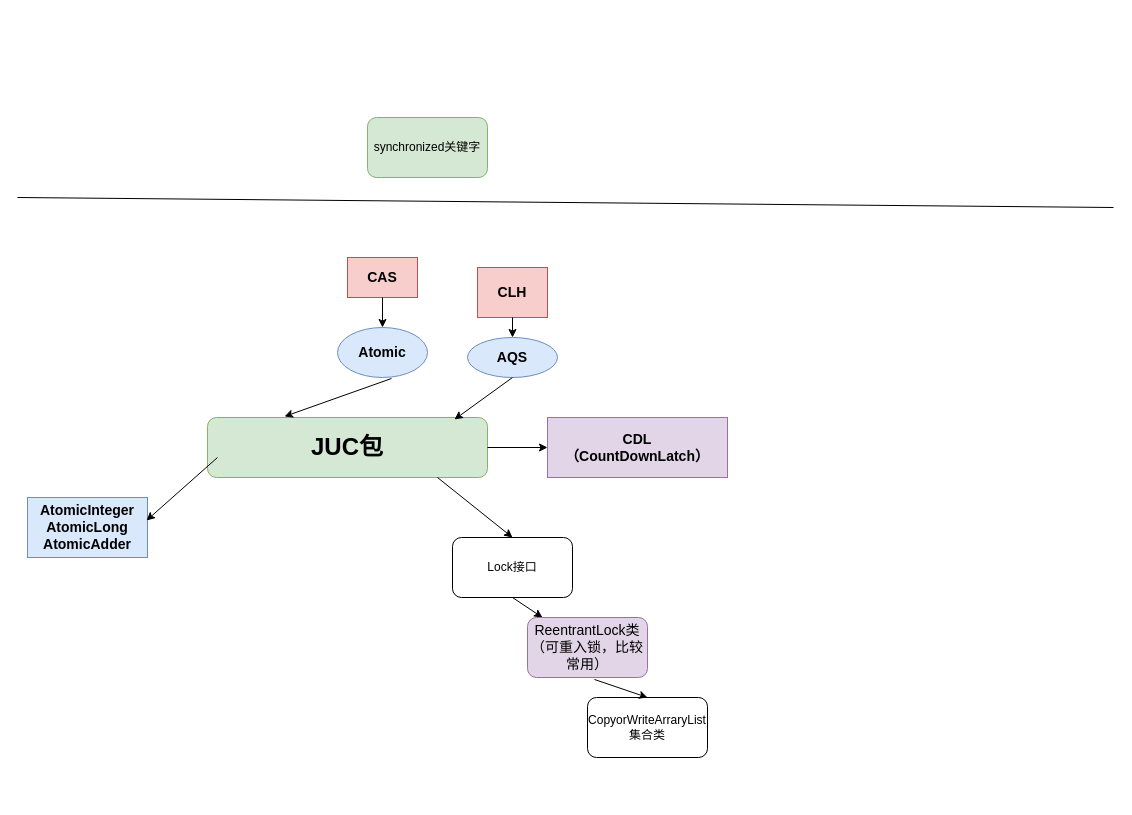
Above: java并发.drawio in gitofding/first_repository (draw.io), before the change. Source tidied: cells renumbered, new cells numbered last; positions are measured from the earlier drawing's top-left corner, leaving out a move shared by most shapes. Both pictures are drawn from the tidied source at 100%, with x=0, y=0 at pixel (17, 117).
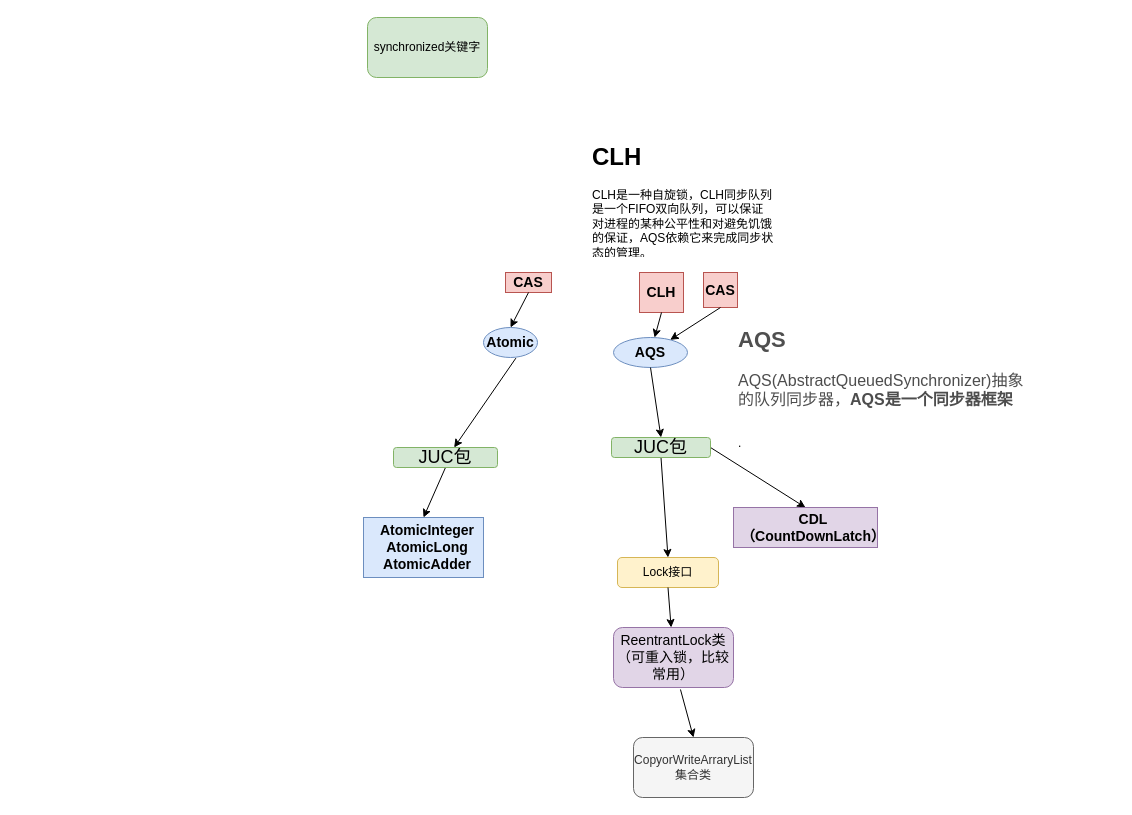
The same diagram, later.

The edit, as a diff of the source:
```diff
@@
-    <mxCell id="2" value="&lt;b&gt;&lt;font style=&quot;font-size: 24px&quot;&gt;JUC包&lt;/font&gt;&lt;/b&gt;" style="rounded=1;whiteSpace=wrap;html=1;fillColor=#d5e8d4;strokeColor=#82b366;" parent="1" vertex="1">
-      <mxGeometry x="190" y="300" width="280" height="60" as="geometry" />
-    </mxCell>
-    <mxCell id="3" value="Lock接口" style="rounded=1;whiteSpace=wrap;html=1;" parent="1" vertex="1">
-      <mxGeometry x="435" y="420" width="120" height="60" as="geometry" />
+    <mxCell id="3" value="Lock接口" style="rounded=1;whiteSpace=wrap;html=1;fillColor=#fff2cc;strokeColor=#d6b656;" parent="1" vertex="1">
+      <mxGeometry x="600" y="440" width="101" height="30" as="geometry" />
     </mxCell>
-    <mxCell id="4" style="endArrow=classic;html=1;entryX=0.5;entryY=0;entryDx=0;entryDy=0;" parent="1" edge="1" target="3">
-      <mxGeometry relative="1" as="geometry">
-        <mxPoint x="420" y="360" as="sourcePoint" />
-      </mxGeometry>
+    <mxCell id="4" style="endArrow=classic;html=1;entryX=0.5;entryY=0;entryDx=0;entryDy=0;exitX=0.5;exitY=1;exitDx=0;exitDy=0;" parent="1" edge="1" source="26" target="3">
+      <mxGeometry relative="1" as="geometry" />
     </mxCell>
-    <mxCell id="5" value="CopyorWriteArraryList集合类" style="rounded=1;whiteSpace=wrap;html=1;" parent="1" vertex="1">
-      <mxGeometry x="570" y="580" width="120" height="60" as="geometry" />
+    <mxCell id="5" value="CopyorWriteArraryList集合类" style="rounded=1;whiteSpace=wrap;html=1;fillColor=#f5f5f5;strokeColor=#666666;fontColor=#333333;" parent="1" vertex="1">
+      <mxGeometry x="616" y="620" width="120" height="60" as="geometry" />
     </mxCell>
@@
     <mxCell id="7" value="synchronized关键字" style="rounded=1;whiteSpace=wrap;html=1;fillColor=#d5e8d4;strokeColor=#82b366;" parent="1" vertex="1">
-      <mxGeometry x="350" width="120" height="60" as="geometry" />
+      <mxGeometry x="350" y="-100" width="120" height="60" as="geometry" />
     </mxCell>
@@
     <mxCell id="9" value="&lt;font style=&quot;font-size: 14px&quot;&gt;ReentrantLock类（可重入锁，比较常用）&lt;/font&gt;" style="rounded=1;whiteSpace=wrap;html=1;fillColor=#e1d5e7;strokeColor=#9673a6;" parent="1" vertex="1">
-      <mxGeometry x="510" y="500" width="120" height="60" as="geometry" />
+      <mxGeometry x="596" y="510" width="120" height="60" as="geometry" />
     </mxCell>
-    <mxCell id="10" style="endArrow=none;html=1;" parent="1" edge="1">
-      <mxGeometry relative="1" as="geometry">
-        <mxPoint y="80" as="sourcePoint" />
-        <mxPoint x="1096" y="90" as="targetPoint" />
-      </mxGeometry>
-    </mxCell>
     <mxCell id="11" value="&lt;font style=&quot;font-size: 14px&quot;&gt;&lt;b&gt;Atomic&lt;/b&gt;&lt;/font&gt;" style="ellipse;whiteSpace=wrap;html=1;fillColor=#dae8fc;strokeColor=#6c8ebf;" parent="1" vertex="1">
-      <mxGeometry x="320" y="210" width="90" height="50" as="geometry" />
+      <mxGeometry x="466" y="210" width="54" height="30" as="geometry" />
     </mxCell>
     <mxCell id="12" value="&lt;font style=&quot;font-size: 14px&quot;&gt;&lt;b&gt;AQS&lt;/b&gt;&lt;/font&gt;" style="ellipse;whiteSpace=wrap;html=1;fillColor=#dae8fc;strokeColor=#6c8ebf;" parent="1" vertex="1">
-      <mxGeometry x="450" y="220" width="90" height="40" as="geometry" />
+      <mxGeometry x="596" y="220" width="74" height="30" as="geometry" />
     </mxCell>
     <mxCell id="13" value="&lt;font style=&quot;font-size: 14px&quot;&gt;&lt;b&gt;CAS&lt;/b&gt;&lt;/font&gt;" style="rounded=0;whiteSpace=wrap;html=1;fillColor=#f8cecc;strokeColor=#b85450;" parent="1" vertex="1">
-      <mxGeometry x="330" y="140" width="70" height="40" as="geometry" />
+      <mxGeometry x="488" y="155" width="46" height="20" as="geometry" />
     </mxCell>
     <mxCell id="14" value="&lt;font style=&quot;font-size: 14px&quot;&gt;&lt;b&gt;CLH&lt;/b&gt;&lt;/font&gt;" style="rounded=0;whiteSpace=wrap;html=1;fillColor=#f8cecc;strokeColor=#b85450;" parent="1" vertex="1">
-      <mxGeometry x="460" y="150" width="70" height="50" as="geometry" />
+      <mxGeometry x="622" y="155" width="44" height="40" as="geometry" />
     </mxCell>
@@
-    <mxCell id="17" style="endArrow=classic;html=1;exitX=0.6;exitY=1.02;exitDx=0;exitDy=0;exitPerimeter=0;entryX=0.275;entryY=-0.017;entryDx=0;entryDy=0;entryPerimeter=0;" parent="1" edge="1" source="11" target="2">
+    <mxCell id="17" style="endArrow=classic;html=1;exitX=0.6;exitY=1.02;exitDx=0;exitDy=0;exitPerimeter=0;entryX=0.583;entryY=0;entryDx=0;entryDy=0;entryPerimeter=0;" parent="1" edge="1" source="11" target="25">
       <mxGeometry relative="1" as="geometry" />
     </mxCell>
-    <mxCell id="18" style="endArrow=classic;html=1;exitX=0.5;exitY=1;exitDx=0;exitDy=0;entryX=0.882;entryY=0.033;entryDx=0;entryDy=0;entryPerimeter=0;" parent="1" edge="1" source="12" target="2">
+    <mxCell id="18" style="endArrow=classic;html=1;exitX=0.5;exitY=1;exitDx=0;exitDy=0;entryX=0.5;entryY=0;entryDx=0;entryDy=0;" parent="1" edge="1" source="12" target="26">
       <mxGeometry relative="1" as="geometry" />
     </mxCell>
-    <mxCell id="19" style="endArrow=classic;html=1;exitX=1;exitY=0.5;exitDx=0;exitDy=0;" parent="1" edge="1" source="2" target="20">
+    <mxCell id="19" style="endArrow=classic;html=1;exitX=1;exitY=0.5;exitDx=0;exitDy=0;entryX=0.5;entryY=0;entryDx=0;entryDy=0;" parent="1" edge="1" source="26" target="20">
       <mxGeometry relative="1" as="geometry" />
     </mxCell>
     <mxCell id="20" style="rounded=0;whiteSpace=wrap;html=1;fillColor=#e1d5e7;strokeColor=#9673a6;" parent="1" vertex="1">
-      <mxGeometry x="530" y="300" width="180" height="60" as="geometry" />
+      <mxGeometry x="716" y="390" width="144" height="40" as="geometry" />
     </mxCell>
     <mxCell id="21" value="&lt;font style=&quot;font-size: 14px&quot;&gt;&lt;b&gt;CDL（CountDownLatch）&lt;/b&gt;&lt;/font&gt;" style="text;html=1;strokeColor=none;fillColor=none;align=center;verticalAlign=middle;whiteSpace=wrap;rounded=0;" parent="1" vertex="1">
-      <mxGeometry x="560" y="320" width="120" height="20" as="geometry" />
+      <mxGeometry x="736" y="400" width="120" height="20" as="geometry" />
     </mxCell>
     <mxCell id="22" style="rounded=0;whiteSpace=wrap;html=1;fillColor=#dae8fc;strokeColor=#6c8ebf;" parent="1" vertex="1">
-      <mxGeometry x="10" y="380" width="120" height="60" as="geometry" />
+      <mxGeometry x="346" y="400" width="120" height="60" as="geometry" />
     </mxCell>
     <mxCell id="23" value="&lt;b style=&quot;font-size: 14px&quot;&gt;AtomicInteger&lt;br&gt;AtomicLong&lt;br&gt;AtomicAdder&lt;/b&gt;" style="text;html=1;strokeColor=none;fillColor=none;align=center;verticalAlign=middle;whiteSpace=wrap;rounded=0;" parent="1" vertex="1">
-      <mxGeometry x="50" y="400" width="40" height="20" as="geometry" />
+      <mxGeometry x="390" y="420" width="40" height="20" as="geometry" />
     </mxCell>
-    <mxCell id="24" style="endArrow=classic;html=1;entryX=0.992;entryY=0.383;entryDx=0;entryDy=0;entryPerimeter=0;" parent="1" edge="1" target="22">
-      <mxGeometry relative="1" as="geometry">
-        <mxPoint x="200" y="340" as="sourcePoint" />
-      </mxGeometry>
+    <mxCell id="24" style="endArrow=classic;html=1;entryX=0.5;entryY=0;entryDx=0;entryDy=0;exitX=0.5;exitY=1;exitDx=0;exitDy=0;" parent="1" edge="1" source="25" target="22">
+      <mxGeometry relative="1" as="geometry" />
     </mxCell>
+    <mxCell id="25" value="&lt;font style=&quot;font-size: 18px&quot;&gt;JUC包&lt;/font&gt;" style="rounded=1;whiteSpace=wrap;html=1;fillColor=#d5e8d4;strokeColor=#82b366;" parent="1" vertex="1">
+      <mxGeometry x="376" y="330" width="104" height="20" as="geometry" />
+    </mxCell>
+    <mxCell id="26" value="&lt;span style=&quot;font-size: 18px&quot;&gt;JUC包&lt;/span&gt;" style="rounded=1;whiteSpace=wrap;html=1;fillColor=#d5e8d4;strokeColor=#82b366;" parent="1" vertex="1">
+      <mxGeometry x="594" y="320" width="99" height="20" as="geometry" />
+    </mxCell>
+    <mxCell id="27" value="&lt;font style=&quot;font-size: 14px&quot;&gt;&lt;b&gt;CAS&lt;/b&gt;&lt;/font&gt;" style="rounded=0;whiteSpace=wrap;html=1;fillColor=#f8cecc;strokeColor=#b85450;" parent="1" vertex="1">
+      <mxGeometry x="686" y="155" width="34" height="35" as="geometry" />
+    </mxCell>
+    <mxCell id="28" style="endArrow=classic;html=1;exitX=0.5;exitY=1;exitDx=0;exitDy=0;" parent="1" edge="1" source="27" target="12">
+      <mxGeometry relative="1" as="geometry" />
+    </mxCell>
+    <mxCell id="29" value="&lt;h1&gt;CLH&lt;/h1&gt;&lt;p&gt;CLH是一种自旋锁，CLH同步队列是一个FIFO双向队列，可以保证对进程的某种公平性和对避免饥饿的保证，AQS依赖它来完成同步状态的管理。&lt;/p&gt;" style="text;html=1;strokeColor=none;fillColor=none;spacing=5;spacingTop=-20;whiteSpace=wrap;overflow=hidden;rounded=0;" parent="1" vertex="1">
+      <mxGeometry x="570" y="20" width="190" height="120" as="geometry" />
+    </mxCell>
+    <mxCell id="30" value="&lt;h2 style=&quot;box-sizing: border-box ; outline: 0px ; margin: 8px 0px 16px ; padding: 0px ; font-family: &amp;#34;pingfang sc&amp;#34; , &amp;#34;microsoft yahei&amp;#34; , &amp;#34;simhei&amp;#34; , &amp;#34;arial&amp;#34; , &amp;#34;simsun&amp;#34; ; font-size: 22px ; color: rgb(79 , 79 , 79) ; line-height: 30px ; overflow-wrap: break-word ; background-color: rgb(255 , 255 , 255)&quot;&gt;AQS&lt;/h2&gt;&lt;span style=&quot;color: rgb(77 , 77 , 77) ; font-family: , &amp;#34;sf ui text&amp;#34; , &amp;#34;arial&amp;#34; , &amp;#34;pingfang sc&amp;#34; , &amp;#34;hiragino sans gb&amp;#34; , &amp;#34;microsoft yahei&amp;#34; , &amp;#34;wenquanyi micro hei&amp;#34; , sans-serif ; font-size: 16px ; background-color: rgb(255 , 255 , 255)&quot;&gt;AQS(AbstractQueuedSynchronizer)抽象的队列同步器，&lt;/span&gt;&lt;span style=&quot;box-sizing: border-box ; outline: 0px ; font-weight: 700 ; overflow-wrap: break-word ; color: rgb(77 , 77 , 77) ; font-family: , &amp;#34;sf ui text&amp;#34; , &amp;#34;arial&amp;#34; , &amp;#34;pingfang sc&amp;#34; , &amp;#34;hiragino sans gb&amp;#34; , &amp;#34;microsoft yahei&amp;#34; , &amp;#34;wenquanyi micro hei&amp;#34; , sans-serif ; font-size: 16px ; background-color: rgb(255 , 255 , 255)&quot;&gt;AQS是一个同步器框架&lt;/span&gt;&lt;h1&gt;&lt;span style=&quot;font-size: 12px ; font-weight: normal&quot;&gt;.&lt;/span&gt;&lt;br&gt;&lt;/h1&gt;" style="text;html=1;strokeColor=none;fillColor=none;spacing=5;spacingTop=-20;whiteSpace=wrap;overflow=hidden;rounded=0;" parent="1" vertex="1">
+      <mxGeometry x="716" y="210" width="294" height="120" as="geometry" />
+    </mxCell>
```
